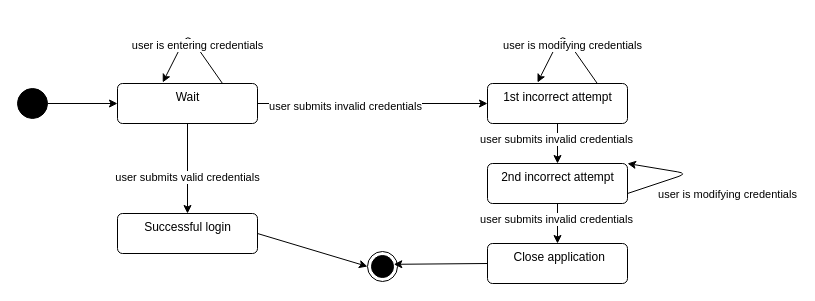
Earlier version of the draw.io diagram docs/assets/uml-state-diagram.drawio (creme332/biblionex). Source tidied: cells renumbered, new cells numbered last; positions are measured from the earlier drawing's top-left corner, leaving out a move shared by most shapes. Both pictures are drawn from the tidied source at 100%, with x=0, y=0 at pixel (17, 33).
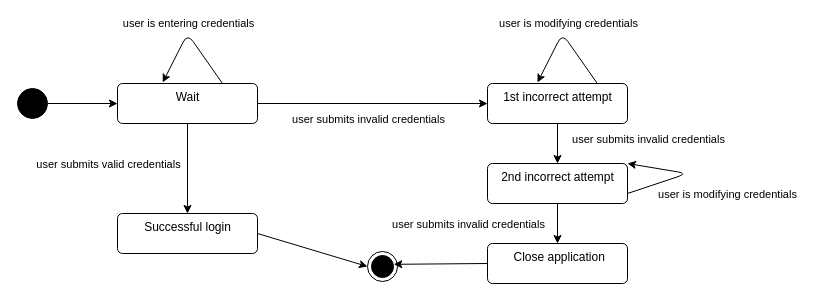
After the change.

Commit message (it also covers changes not shown here):
uncheck page view

Unchanged cells that the change refers to:
```xml
<mxCell id="3" style="edgeStyle=none;html=1;exitX=1;exitY=0.5;exitDx=0;exitDy=0;entryX=0;entryY=0.5;entryDx=0;entryDy=0;" parent="1" edge="1" source="7" target="8">
  <mxGeometry relative="1" as="geometry" />
</mxCell>
<mxCell id="5" style="edgeStyle=none;html=1;exitX=0.5;exitY=1;exitDx=0;exitDy=0;entryX=0.5;entryY=0;entryDx=0;entryDy=0;" parent="1" edge="1" source="7" target="10">
  <mxGeometry relative="1" as="geometry" />
</mxCell>
<mxCell id="13" style="edgeStyle=none;html=1;exitX=0.75;exitY=0;exitDx=0;exitDy=0;entryX=0.323;entryY=-0.026;entryDx=0;entryDy=0;entryPerimeter=0;" parent="1" edge="1" source="7" target="7">
  <mxGeometry relative="1" as="geometry">
    <Array as="points">
      <mxPoint x="170" />
    </Array>
  </mxGeometry>
</mxCell>
<mxCell id="18" style="edgeStyle=none;html=1;exitX=0.75;exitY=0;exitDx=0;exitDy=0;entryX=0.323;entryY=-0.026;entryDx=0;entryDy=0;entryPerimeter=0;" parent="1" edge="1">
  <mxGeometry relative="1" as="geometry">
    <mxPoint x="579.8" y="50" as="sourcePoint" />
    <mxPoint x="520" y="49" as="targetPoint" />
    <Array as="points">
      <mxPoint x="544.8" />
    </Array>
  </mxGeometry>
</mxCell>
<mxCell id="22" style="edgeStyle=none;html=1;exitX=0.5;exitY=1;exitDx=0;exitDy=0;entryX=0.5;entryY=0;entryDx=0;entryDy=0;" parent="1" edge="1" source="8" target="15">
  <mxGeometry relative="1" as="geometry" />
</mxCell>
<mxCell id="24" style="edgeStyle=none;html=1;exitX=0.5;exitY=1;exitDx=0;exitDy=0;entryX=0.5;entryY=0;entryDx=0;entryDy=0;" parent="1" edge="1" source="15" target="17">
  <mxGeometry relative="1" as="geometry" />
</mxCell>
```

What changed in the source:
```diff
@@
-<mxGraphModel>
+<mxGraphModel background="#ffffff">
@@
     <mxCell id="4" value="user submits invalid credentials" style="edgeLabel;html=1;align=center;verticalAlign=middle;" parent="3" vertex="1">
-      <mxGeometry x="-0.24" y="-2" relative="1" as="geometry" />
+      <mxGeometry x="-0.24" y="-2" relative="1" as="geometry">
+        <mxPoint x="23" y="13" as="offset" />
+      </mxGeometry>
     </mxCell>
@@
     <mxCell id="6" value="user submits valid credentials" style="edgeLabel;html=1;align=center;verticalAlign=middle;" parent="5" vertex="1">
-      <mxGeometry x="0.17" y="-1" relative="1" as="geometry" />
+      <mxGeometry x="0.17" y="-1" relative="1" as="geometry">
+        <mxPoint x="-79" y="-13" as="offset" />
+      </mxGeometry>
     </mxCell>
@@
     <mxCell id="14" value="user is entering credentials" style="edgeLabel;html=1;align=center;verticalAlign=middle;" parent="13" vertex="1">
-      <mxGeometry x="-0.21" y="-1" relative="1" as="geometry" />
+      <mxGeometry x="-0.21" y="-1" relative="1" as="geometry">
+        <mxPoint x="-9" y="-22" as="offset" />
+      </mxGeometry>
     </mxCell>
@@
     <mxCell id="19" value="user is modifying credentials" style="edgeLabel;html=1;align=center;verticalAlign=middle;" parent="18" vertex="1">
-      <mxGeometry x="-0.21" y="-1" relative="1" as="geometry" />
+      <mxGeometry x="-0.21" y="-1" relative="1" as="geometry">
+        <mxPoint x="-4" y="-22" as="offset" />
+      </mxGeometry>
     </mxCell>
@@
     <mxCell id="23" value="user submits invalid credentials" style="edgeLabel;html=1;align=center;verticalAlign=middle;" parent="22" vertex="1">
-      <mxGeometry x="-0.24" y="-2" relative="1" as="geometry" />
+      <mxGeometry x="-0.24" y="-2" relative="1" as="geometry">
+        <mxPoint x="92" as="offset" />
+      </mxGeometry>
     </mxCell>
@@
     <mxCell id="25" value="user submits invalid credentials" style="edgeLabel;html=1;align=center;verticalAlign=middle;" parent="24" vertex="1">
-      <mxGeometry x="-0.24" y="-2" relative="1" as="geometry" />
+      <mxGeometry x="-0.24" y="-2" relative="1" as="geometry">
+        <mxPoint x="-88" y="5" as="offset" />
+      </mxGeometry>
     </mxCell>
```
